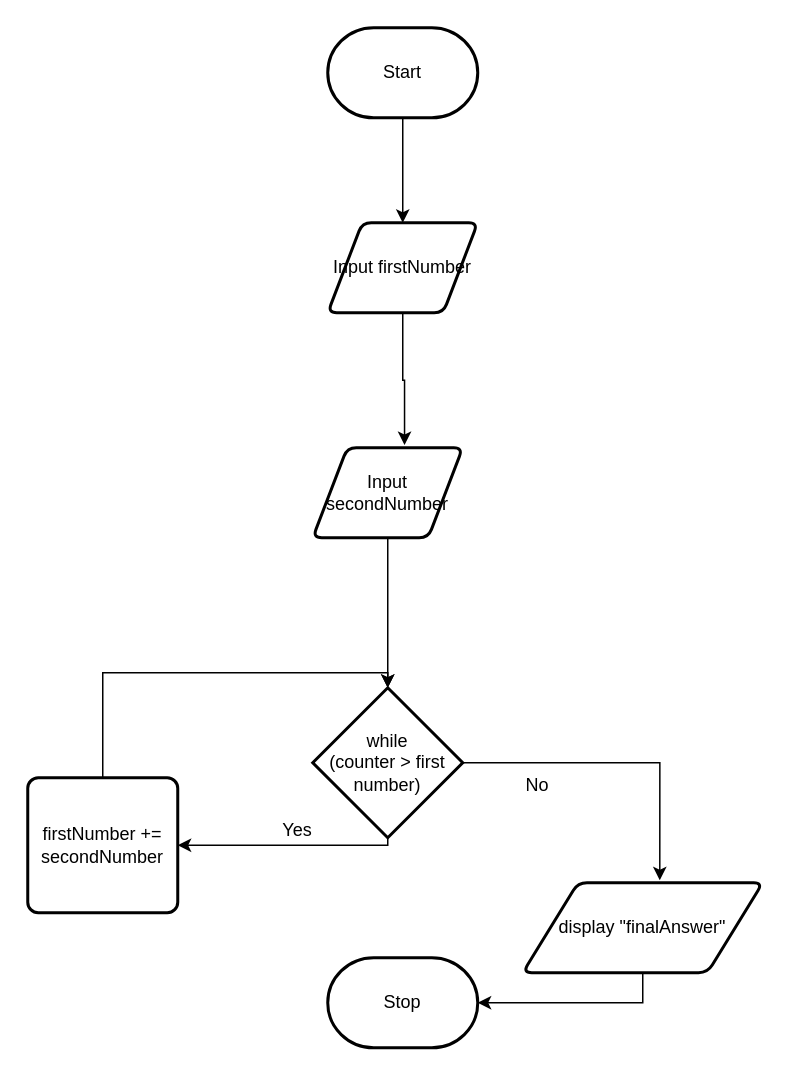
This is design/flowchart.drawio from MTHS-ICD2O-1-2023/ICD2O-Unit-5-08-Gabriel-Zanardi, a draw.io file, before an edit. Source tidied: cells renumbered, new cells numbered last; positions are measured from the earlier drawing's top-left corner, leaving out a move shared by most shapes. Both pictures are drawn from the tidied source at 150%, with x=0, y=0 at pixel (27, 27).
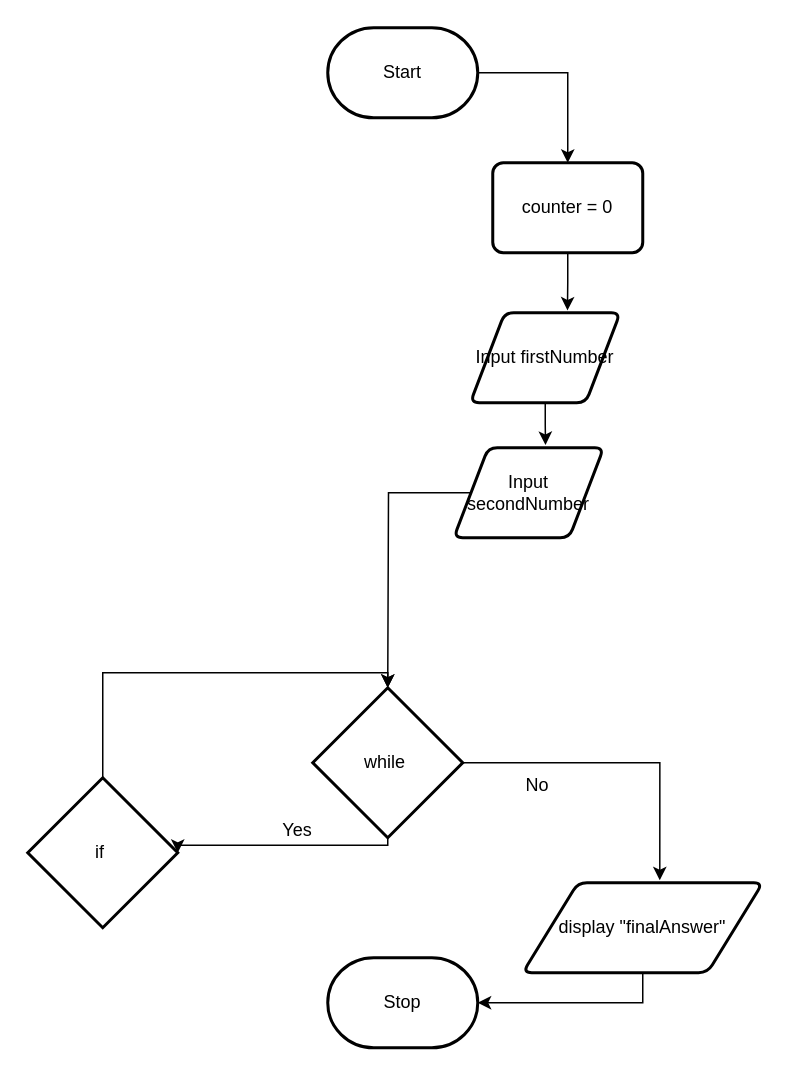
The same page after the edit.

The change refers to these unchanged cells:
```xml
<mxCell id="3" value="Start" style="strokeWidth=2;html=1;shape=mxgraph.flowchart.terminator;whiteSpace=wrap;" parent="1" vertex="1">
  <mxGeometry x="200" width="100" height="60" as="geometry" />
</mxCell>
```

The edit, as a diff of the source:
```diff
@@
-    <mxCell id="2" style="edgeStyle=orthogonalEdgeStyle;rounded=0;html=1;entryX=0.5;entryY=0;entryDx=0;entryDy=0;" parent="1" edge="1" source="3" target="17">
-      <mxGeometry relative="1" as="geometry" />
-    </mxCell>
+    <mxCell id="18" style="edgeStyle=orthogonalEdgeStyle;html=1;entryX=0.5;entryY=0;entryDx=0;entryDy=0;rounded=0;" parent="1" edge="1" source="3" target="21">
+      <mxGeometry relative="1" as="geometry" />
+    </mxCell>
@@
-    <mxCell id="5" style="edgeStyle=orthogonalEdgeStyle;rounded=0;html=1;entryX=1;entryY=0.5;entryDx=0;entryDy=0;" parent="1" edge="1" source="7" target="9">
+    <mxCell id="5" style="edgeStyle=orthogonalEdgeStyle;rounded=0;html=1;entryX=1;entryY=0.5;entryDx=0;entryDy=0;entryPerimeter=0;" parent="1" edge="1" source="7" target="19">
       <mxGeometry relative="1" as="geometry">
         <Array as="points">
           <mxPoint x="240" y="545" />
+          <mxPoint x="100" y="545" />
         </Array>
       </mxGeometry>
     </mxCell>
@@
-    <mxCell id="7" value="while&lt;br&gt;(counter &amp;gt; first number)" style="strokeWidth=2;html=1;shape=mxgraph.flowchart.decision;whiteSpace=wrap;" parent="1" vertex="1">
+    <mxCell id="7" value="while&amp;nbsp;&lt;br&gt;" style="strokeWidth=2;html=1;shape=mxgraph.flowchart.decision;whiteSpace=wrap;" parent="1" vertex="1">
       <mxGeometry x="190" y="440" width="100" height="100" as="geometry" />
     </mxCell>
-    <mxCell id="8" style="edgeStyle=orthogonalEdgeStyle;rounded=0;html=1;entryX=0.5;entryY=0;entryDx=0;entryDy=0;entryPerimeter=0;" parent="1" edge="1" source="9" target="7">
+    <mxCell id="8" style="edgeStyle=orthogonalEdgeStyle;rounded=0;html=1;entryX=0.5;entryY=0;entryDx=0;entryDy=0;entryPerimeter=0;" parent="1" edge="1" target="7">
       <mxGeometry relative="1" as="geometry">
+        <mxPoint x="50" y="500" as="sourcePoint" />
         <Array as="points">
           <mxPoint x="50" y="430" />
           <mxPoint x="240" y="430" />
         </Array>
       </mxGeometry>
     </mxCell>
-    <mxCell id="9" value="firstNumber += secondNumber" style="rounded=1;whiteSpace=wrap;html=1;absoluteArcSize=1;arcSize=14;strokeWidth=2;" parent="1" vertex="1">
-      <mxGeometry y="500" width="100" height="90" as="geometry" />
-    </mxCell>
@@
     <mxCell id="15" value="Input secondNumber" style="shape=parallelogram;html=1;strokeWidth=2;perimeter=parallelogramPerimeter;whiteSpace=wrap;rounded=1;arcSize=12;size=0.23;" parent="1" vertex="1">
-      <mxGeometry x="190" y="280" width="100" height="60" as="geometry" />
+      <mxGeometry x="284" y="280" width="100" height="60" as="geometry" />
     </mxCell>
@@
     <mxCell id="17" value="Input firstNumber" style="shape=parallelogram;html=1;strokeWidth=2;perimeter=parallelogramPerimeter;whiteSpace=wrap;rounded=1;arcSize=12;size=0.23;" parent="1" vertex="1">
-      <mxGeometry x="200" y="130" width="100" height="60" as="geometry" />
+      <mxGeometry x="295" y="190" width="100" height="60" as="geometry" />
     </mxCell>
+    <mxCell id="19" value="if&amp;nbsp;" style="strokeWidth=2;html=1;shape=mxgraph.flowchart.decision;whiteSpace=wrap;" parent="1" vertex="1">
+      <mxGeometry y="500" width="100" height="100" as="geometry" />
+    </mxCell>
+    <mxCell id="20" style="edgeStyle=orthogonalEdgeStyle;html=1;entryX=0.648;entryY=-0.026;entryDx=0;entryDy=0;entryPerimeter=0;rounded=0;" parent="1" edge="1" source="21" target="17">
+      <mxGeometry relative="1" as="geometry" />
+    </mxCell>
+    <mxCell id="21" value="counter = 0" style="rounded=1;whiteSpace=wrap;html=1;absoluteArcSize=1;arcSize=14;strokeWidth=2;" parent="1" vertex="1">
+      <mxGeometry x="310" y="90" width="100" height="60" as="geometry" />
+    </mxCell>
```
